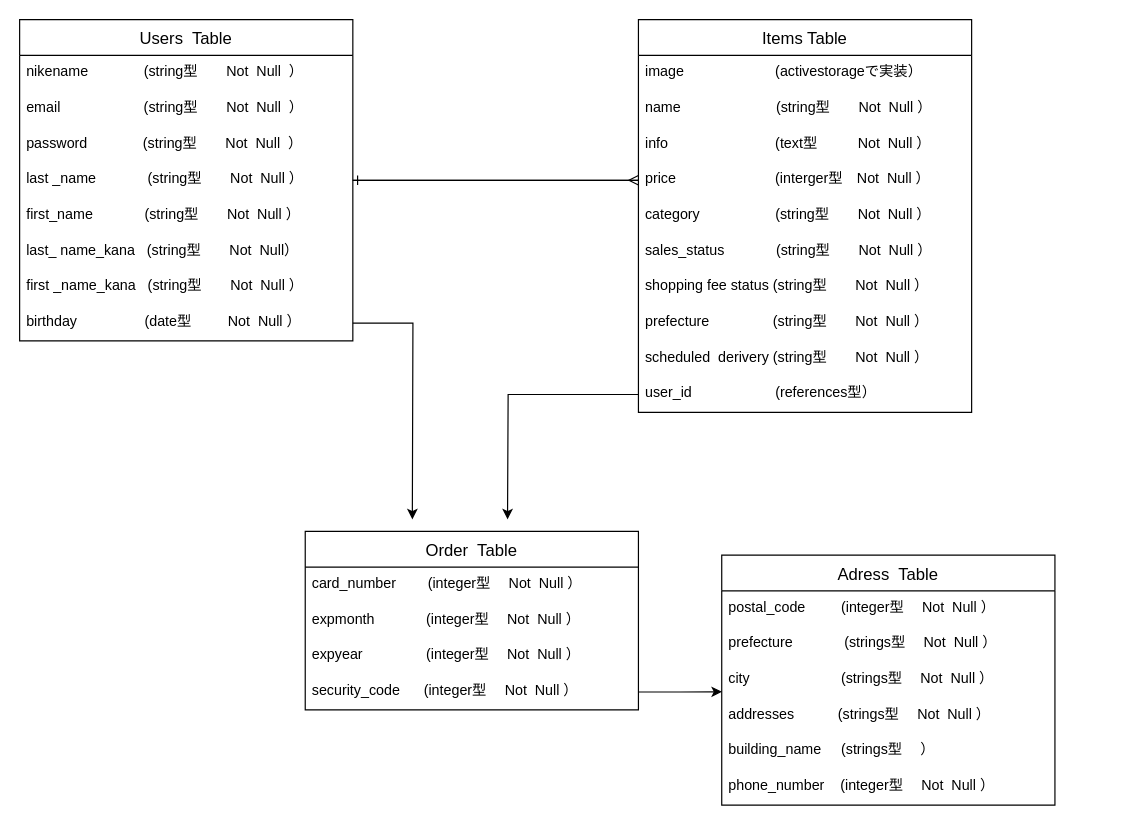
mayumiyamada/furima-31952 keeps this draw.io diagram as furima.dio. Above is the earlier version. Source tidied: cells renumbered, new cells numbered last; positions are measured from the earlier drawing's top-left corner, leaving out a move shared by most shapes. Both pictures are drawn from the tidied source at 119%, with x=0, y=0 at pixel (19, 19).
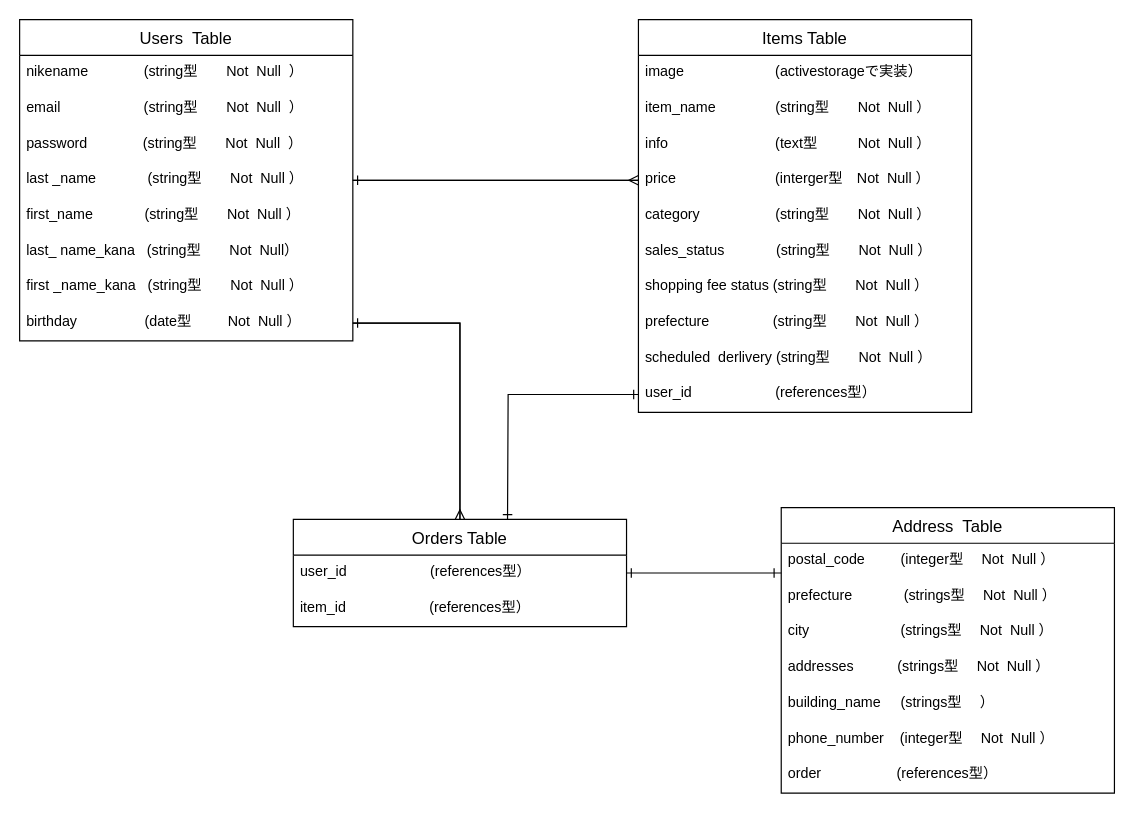
The same page after the edit.

Commit message (it also covers changes not shown here):
データベースの設計

The change refers to these unchanged cells:
```xml
<mxCell id="10" value="birthday                 (date型　　  Not  Null ）" style="text;strokeColor=none;fillColor=none;spacingLeft=4;spacingRight=4;overflow=hidden;points=[[0,0.5],[1,0.5]];portConstraint=eastwest;fontSize=12;" parent="2" vertex="1">
  <mxGeometry y="240" width="280" height="30" as="geometry" />
</mxCell>
<mxCell id="11" value="Items Table" style="swimlane;fontStyle=0;horizontal=1;startSize=30;align=center;fontSize=14;" parent="1" vertex="1">
  <mxGeometry x="520" width="280" height="330" as="geometry" />
</mxCell>
<mxCell id="21" value="user_id                     (references型）" style="text;strokeColor=none;fillColor=none;spacingLeft=4;spacingRight=4;overflow=hidden;points=[[0,0.5],[1,0.5]];portConstraint=eastwest;fontSize=12;" parent="11" vertex="1">
  <mxGeometry y="300" width="280" height="30" as="geometry" />
</mxCell>
<mxCell id="31" value="city                       (strings型　 Not  Null ）" style="text;strokeColor=none;fillColor=none;spacingLeft=4;spacingRight=4;overflow=hidden;points=[[0,0.5],[1,0.5]];portConstraint=eastwest;fontSize=12;" parent="28" vertex="1">
  <mxGeometry y="90" width="280" height="30" as="geometry" />
</mxCell>
```

What changed in the source:
```diff
@@
-    <mxCell id="13" value="name                        (string型　　Not  Null ）" style="text;strokeColor=none;fillColor=none;spacingLeft=4;spacingRight=4;overflow=hidden;fontSize=12;" parent="11" vertex="1">
+    <mxCell id="13" value="item_name               (string型　　Not  Null ）" style="text;strokeColor=none;fillColor=none;spacingLeft=4;spacingRight=4;overflow=hidden;fontSize=12;" parent="11" vertex="1">
       <mxGeometry y="60" width="280" height="30" as="geometry" />
     </mxCell>
@@
-    <mxCell id="20" value="scheduled  derivery (string型　　Not  Null ）" style="text;strokeColor=none;fillColor=none;spacingLeft=4;spacingRight=4;overflow=hidden;fontSize=12;" parent="11" vertex="1">
+    <mxCell id="20" value="scheduled  derlivery (string型　　Not  Null ）" style="text;strokeColor=none;fillColor=none;spacingLeft=4;spacingRight=4;overflow=hidden;fontSize=12;" parent="11" vertex="1">
       <mxGeometry y="270" width="280" height="30" as="geometry" />
     </mxCell>
@@
+    <mxCell id="39" style="edgeStyle=orthogonalEdgeStyle;rounded=0;jettySize=auto;html=1;entryX=1;entryY=0.5;entryDx=0;entryDy=0;endArrow=ERone;endFill=0;" parent="1" edge="1" source="22" target="10">
+      <mxGeometry relative="1" as="geometry" />
+    </mxCell>
-    <mxCell id="22" value="Order  Table" style="swimlane;fontStyle=0;horizontal=1;startSize=30;align=center;fontSize=14;" parent="1" vertex="1">
-      <mxGeometry x="240" y="430" width="280" height="150" as="geometry" />
+    <mxCell id="22" value="Orders Table" style="swimlane;fontStyle=0;horizontal=1;startSize=30;align=center;fontSize=14;" parent="1" vertex="1">
+      <mxGeometry x="230" y="420" width="280" height="90" as="geometry" />
     </mxCell>
-    <mxCell id="23" value="card_number        (integer型　 Not  Null ）" style="text;strokeColor=none;fillColor=none;spacingLeft=4;spacingRight=4;overflow=hidden;points=[[0,0.5],[1,0.5]];portConstraint=eastwest;fontSize=12;" parent="22" vertex="1">
+    <mxCell id="23" value="user_id                     (references型）" style="text;strokeColor=none;fillColor=none;spacingLeft=4;spacingRight=4;overflow=hidden;points=[[0,0.5],[1,0.5]];portConstraint=eastwest;fontSize=12;" parent="22" vertex="1">
       <mxGeometry y="30" width="280" height="30" as="geometry" />
     </mxCell>
-    <mxCell id="24" value="expmonth             (integer型　 Not  Null ）" style="text;strokeColor=none;fillColor=none;spacingLeft=4;spacingRight=4;overflow=hidden;fontSize=12;" parent="22" vertex="1">
+    <mxCell id="24" value="item_id                     (references型）" style="text;strokeColor=none;fillColor=none;spacingLeft=4;spacingRight=4;overflow=hidden;fontSize=12;" parent="22" vertex="1">
       <mxGeometry y="60" width="280" height="30" as="geometry" />
     </mxCell>
-    <mxCell id="25" value="expyear                (integer型　 Not  Null ）" style="text;strokeColor=none;fillColor=none;spacingLeft=4;spacingRight=4;overflow=hidden;fontSize=12;" parent="22" vertex="1">
-      <mxGeometry y="90" width="280" height="30" as="geometry" />
-    </mxCell>
-    <mxCell id="26" value="security_code      (integer型　 Not  Null ）" style="text;strokeColor=none;fillColor=none;spacingLeft=4;spacingRight=4;overflow=hidden;points=[[0,0.5],[1,0.5]];portConstraint=eastwest;fontSize=12;" parent="22" vertex="1">
-      <mxGeometry y="120" width="280" height="30" as="geometry" />
-    </mxCell>
-    <mxCell id="27" style="edgeStyle=orthogonalEdgeStyle;rounded=0;jettySize=auto;html=1;" parent="1" edge="1" source="21">
+    <mxCell id="27" style="edgeStyle=orthogonalEdgeStyle;rounded=0;jettySize=auto;html=1;endArrow=ERone;endFill=0;startArrow=ERone;startFill=0;" parent="1" edge="1" source="21">
       <mxGeometry relative="1" as="geometry">
         <mxPoint x="410" y="420" as="targetPoint" />
       </mxGeometry>
     </mxCell>
-    <mxCell id="28" value="Adress  Table" style="swimlane;fontStyle=0;horizontal=1;startSize=30;align=center;fontSize=14;" parent="1" vertex="1">
-      <mxGeometry x="590" y="450" width="280" height="210" as="geometry" />
+    <mxCell id="28" value="Address  Table" style="swimlane;fontStyle=0;horizontal=1;startSize=30;align=center;fontSize=14;" parent="1" vertex="1">
+      <mxGeometry x="640" y="410" width="280" height="240" as="geometry" />
     </mxCell>
@@
-    <mxCell id="35" style="edgeStyle=orthogonalEdgeStyle;rounded=0;jettySize=auto;html=1;exitX=1;exitY=0.5;exitDx=0;exitDy=0;entryX=0.001;entryY=0.829;entryDx=0;entryDy=0;entryPerimeter=0;" parent="1" edge="1" source="26" target="31">
-      <mxGeometry relative="1" as="geometry" />
-    </mxCell>
-    <mxCell id="36" style="edgeStyle=orthogonalEdgeStyle;rounded=0;jettySize=auto;html=1;" parent="1" edge="1" source="10">
-      <mxGeometry relative="1" as="geometry">
-        <mxPoint x="330" y="420" as="targetPoint" />
-      </mxGeometry>
-    </mxCell>
+    <mxCell id="40" value="order                   (references型）" style="text;strokeColor=none;fillColor=none;spacingLeft=4;spacingRight=4;overflow=hidden;fontSize=12;" parent="28" vertex="1">
+      <mxGeometry y="210" width="280" height="30" as="geometry" />
+    </mxCell>
@@
+    <mxCell id="41" style="edgeStyle=orthogonalEdgeStyle;rounded=0;jettySize=auto;html=1;endArrow=ERone;endFill=0;startArrow=ERone;startFill=0;" parent="1" edge="1" source="23">
+      <mxGeometry relative="1" as="geometry">
+        <mxPoint x="630" y="465" as="targetPoint" />
+        <Array as="points">
+          <mxPoint x="640" y="465" />
+          <mxPoint x="640" y="465" />
+        </Array>
+      </mxGeometry>
+    </mxCell>
+    <mxCell id="42" style="edgeStyle=orthogonalEdgeStyle;rounded=0;jettySize=auto;html=1;exitX=1;exitY=0.5;exitDx=0;exitDy=0;endArrow=ERone;endFill=0;" parent="1" edge="1" source="10">
+      <mxGeometry relative="1" as="geometry">
+        <mxPoint x="280" y="255" as="targetPoint" />
+      </mxGeometry>
+    </mxCell>
+    <mxCell id="43" style="edgeStyle=orthogonalEdgeStyle;rounded=0;jettySize=auto;html=1;exitX=1;exitY=0.5;exitDx=0;exitDy=0;entryX=0.5;entryY=0;entryDx=0;entryDy=0;endArrow=ERmany;endFill=0;" parent="1" edge="1" source="10" target="22">
+      <mxGeometry relative="1" as="geometry" />
+    </mxCell>
```
